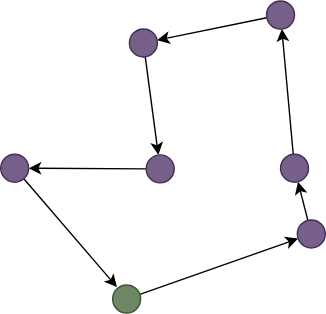
spideryzarc/OCM keeps this draw.io diagram as images/TSP.drawio.svg. Above is the earlier version. Source tidied: cells renumbered, new cells last; positions are measured from the earlier drawing's top-left corner, leaving out a move shared by most shapes.
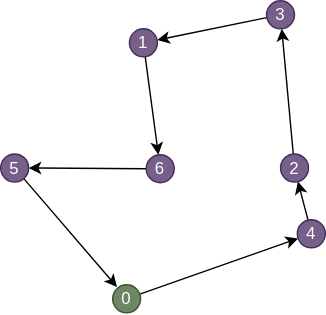
The same diagram one commit later.

Diff of the diagram source:
```diff
@@ -5,43 +5,43 @@
     <mxCell id="2" style="edgeStyle=none;html=1;" parent="1" edge="1" source="3" target="13">
       <mxGeometry relative="1" as="geometry" />
     </mxCell>
-    <mxCell id="3" style="ellipse;whiteSpace=wrap;html=1;fillColor=#6d8764;fontColor=#ffffff;strokeColor=#3A5431;" parent="1" vertex="1">
+    <mxCell id="3" value="0" style="ellipse;whiteSpace=wrap;html=1;fillColor=#6d8764;fontColor=#ffffff;strokeColor=#3A5431;" parent="1" vertex="1">
       <mxGeometry x="80" y="203" width="20" height="20" as="geometry" />
     </mxCell>
     <mxCell id="4" style="edgeStyle=none;html=1;" parent="1" edge="1" source="5" target="9">
       <mxGeometry relative="1" as="geometry" />
     </mxCell>
-    <mxCell id="5" style="ellipse;whiteSpace=wrap;html=1;fillColor=#76608a;fontColor=#ffffff;strokeColor=#432D57;" parent="1" vertex="1">
+    <mxCell id="5" value="6" style="ellipse;whiteSpace=wrap;html=1;fillColor=#76608a;fontColor=#ffffff;strokeColor=#432D57;" parent="1" vertex="1">
       <mxGeometry x="104" y="110" width="20" height="20" as="geometry" />
     </mxCell>
     <mxCell id="6" style="edgeStyle=none;html=1;" parent="1" edge="1" source="7" target="15">
       <mxGeometry relative="1" as="geometry" />
     </mxCell>
-    <mxCell id="7" style="ellipse;whiteSpace=wrap;html=1;fillColor=#76608a;fontColor=#ffffff;strokeColor=#432D57;" parent="1" vertex="1">
+    <mxCell id="7" value="3" style="ellipse;whiteSpace=wrap;html=1;fillColor=#76608a;fontColor=#ffffff;strokeColor=#432D57;" parent="1" vertex="1">
       <mxGeometry x="190" width="20" height="20" as="geometry" />
     </mxCell>
     <mxCell id="8" style="edgeStyle=none;html=1;entryX=0.156;entryY=0.076;entryDx=0;entryDy=0;entryPerimeter=0;" parent="1" edge="1" source="9" target="3">
       <mxGeometry relative="1" as="geometry" />
     </mxCell>
-    <mxCell id="9" style="ellipse;whiteSpace=wrap;html=1;fillColor=#76608a;fontColor=#ffffff;strokeColor=#432D57;" parent="1" vertex="1">
+    <mxCell id="9" value="5" style="ellipse;whiteSpace=wrap;html=1;fillColor=#76608a;fontColor=#ffffff;strokeColor=#432D57;" parent="1" vertex="1">
       <mxGeometry y="109.5" width="20" height="20" as="geometry" />
     </mxCell>
     <mxCell id="10" style="edgeStyle=none;html=1;" parent="1" edge="1" source="11" target="7">
       <mxGeometry relative="1" as="geometry" />
     </mxCell>
-    <mxCell id="11" style="ellipse;whiteSpace=wrap;html=1;fillColor=#76608a;fontColor=#ffffff;strokeColor=#432D57;" parent="1" vertex="1">
+    <mxCell id="11" value="2" style="ellipse;whiteSpace=wrap;html=1;fillColor=#76608a;fontColor=#ffffff;strokeColor=#432D57;" parent="1" vertex="1">
       <mxGeometry x="200" y="109.5" width="20" height="20" as="geometry" />
     </mxCell>
     <mxCell id="12" style="edgeStyle=none;html=1;" parent="1" edge="1" source="13" target="11">
       <mxGeometry relative="1" as="geometry" />
     </mxCell>
-    <mxCell id="13" style="ellipse;whiteSpace=wrap;html=1;fillColor=#76608a;fontColor=#ffffff;strokeColor=#432D57;" parent="1" vertex="1">
+    <mxCell id="13" value="4" style="ellipse;whiteSpace=wrap;html=1;fillColor=#76608a;fontColor=#ffffff;strokeColor=#432D57;" parent="1" vertex="1">
       <mxGeometry x="212" y="156.5" width="20" height="20" as="geometry" />
     </mxCell>
     <mxCell id="14" style="edgeStyle=none;html=1;" parent="1" edge="1" source="15" target="5">
       <mxGeometry relative="1" as="geometry" />
     </mxCell>
-    <mxCell id="15" style="ellipse;whiteSpace=wrap;html=1;fillColor=#76608a;fontColor=#ffffff;strokeColor=#432D57;" parent="1" vertex="1">
+    <mxCell id="15" value="1" style="ellipse;whiteSpace=wrap;html=1;fillColor=#76608a;fontColor=#ffffff;strokeColor=#432D57;" parent="1" vertex="1">
       <mxGeometry x="92" y="20" width="20" height="20" as="geometry" />
     </mxCell>
   </root>
```
